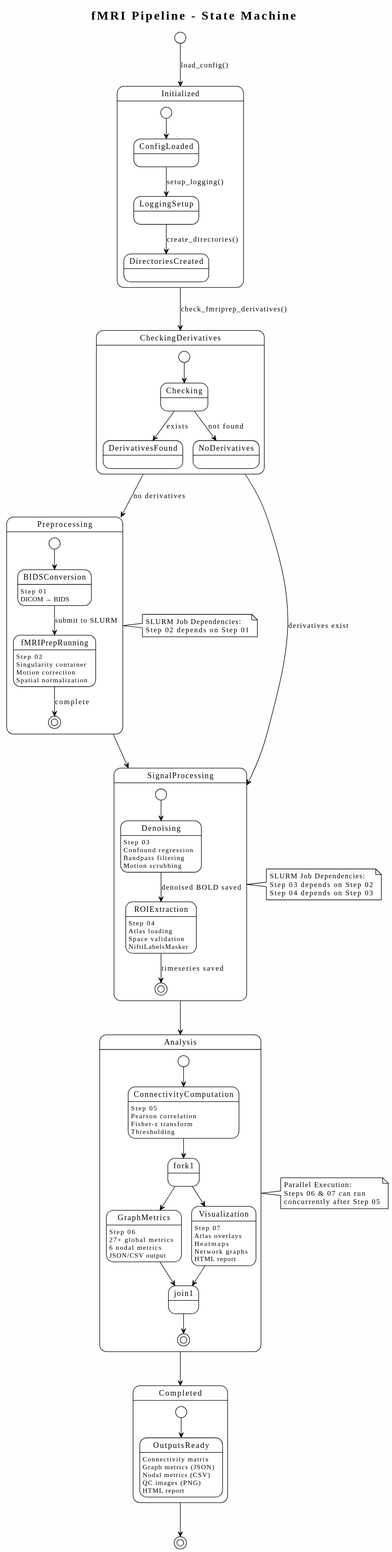
The PlantUML diagram docs/svg/state_pipeline.svg in MrRichard/combined_connectivity, before a commit.
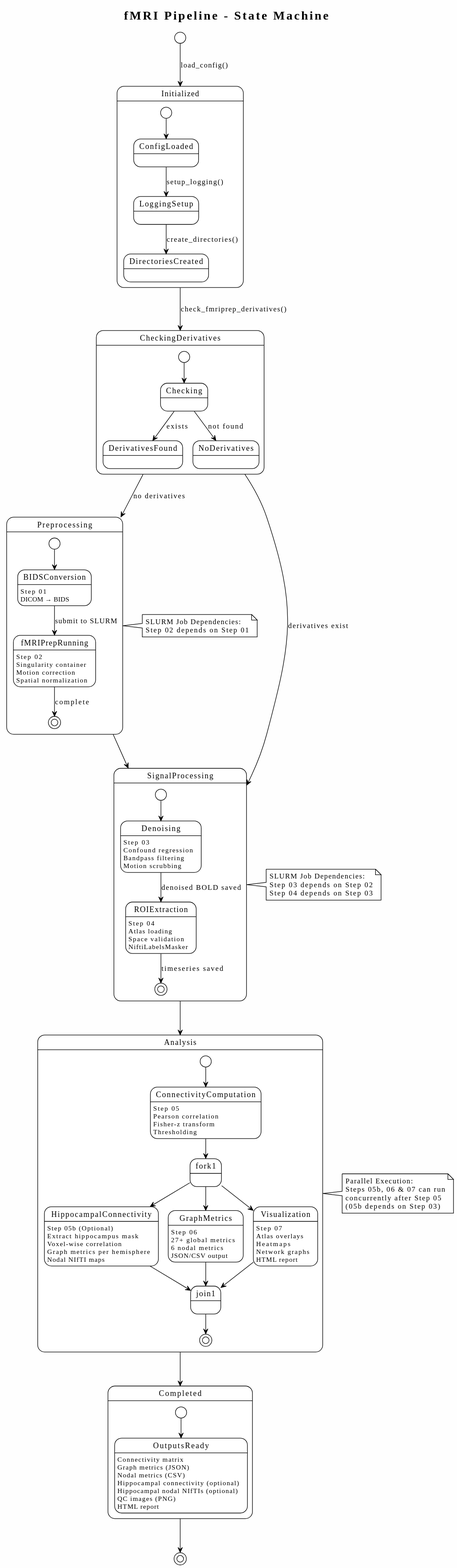
The same diagram one commit later.

The edit, as a diff of the source:
```diff
@@ -68,6 +68,13 @@
 
     fork1 --> GraphMetrics
     fork1 --> Visualization
+    fork1 --> HippocampalConnectivity
+
+    HippocampalConnectivity : Step 05b (Optional)
+    HippocampalConnectivity : Extract hippocampus mask
+    HippocampalConnectivity : Voxel-wise correlation
+    HippocampalConnectivity : Graph metrics per hemisphere
+    HippocampalConnectivity : Nodal NIfTI maps
 
     GraphMetrics : Step 06
     GraphMetrics : 27+ global metrics
@@ -82,6 +89,7 @@
 
     GraphMetrics --> join1 <<join>>
     Visualization --> join1
+    HippocampalConnectivity --> join1
 
     join1 --> [*]
 }
@@ -93,6 +101,8 @@
     OutputsReady : Connectivity matrix
     OutputsReady : Graph metrics (JSON)
     OutputsReady : Nodal metrics (CSV)
+    OutputsReady : Hippocampal connectivity (optional)
+    OutputsReady : Hippocampal nodal NIfTIs (optional)
     OutputsReady : QC images (PNG)
     OutputsReady : HTML report
 }
@@ -112,7 +122,8 @@
 
 note right of Analysis
   Parallel Execution:
-  Steps 06 & 07 can run
+  Steps 05b, 06 & 07 can run
   concurrently after Step 05
+  (05b depends on Step 03)
 end note
 @enduml
```
